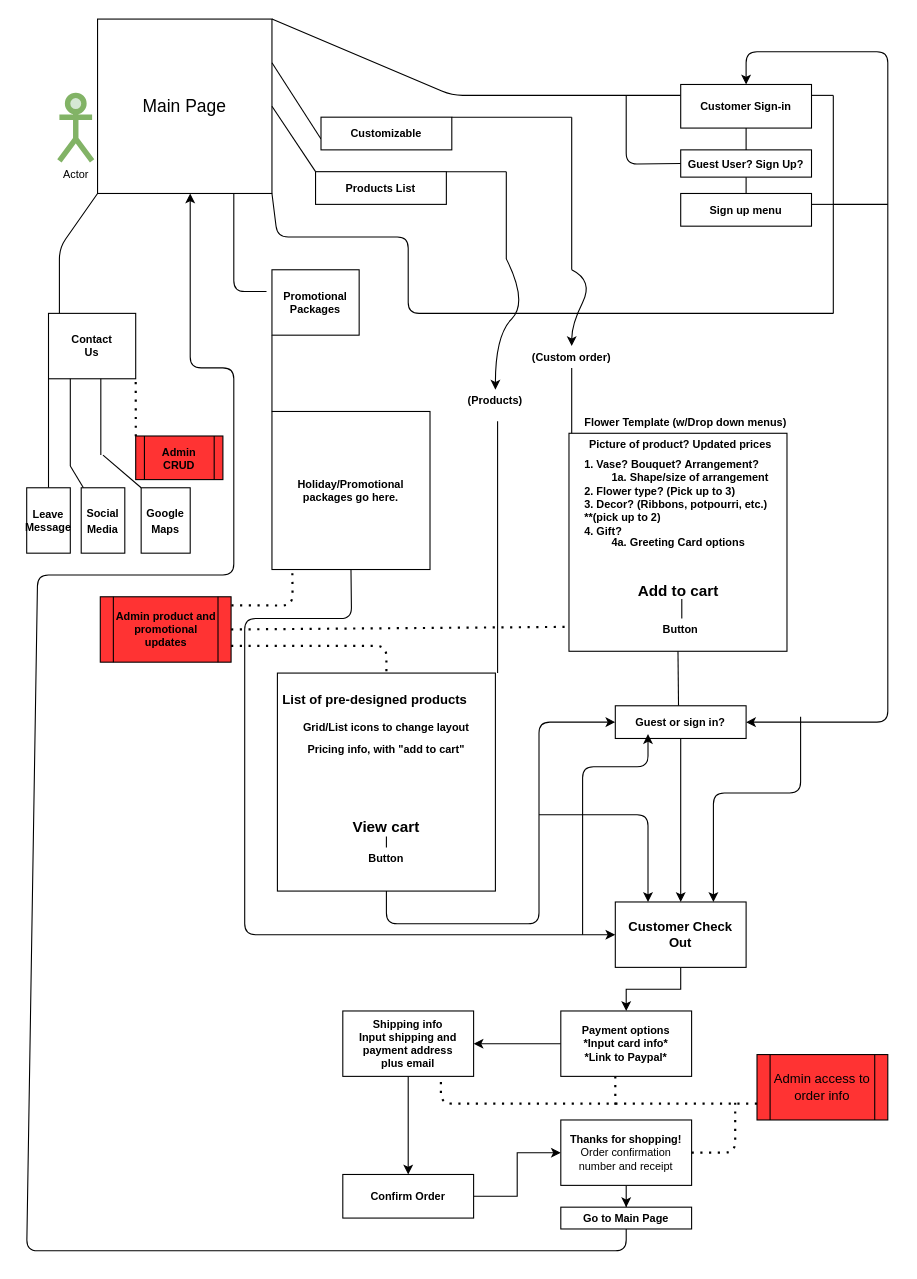
This is Flowershop.drawio from zinvergo93/flowershop, a draw.io file, before an edit. Source tidied: cells renumbered, new cells numbered last; positions are measured from the earlier drawing's top-left corner, leaving out a move shared by most shapes. Both pictures are drawn from the tidied source at 109%, with x=0, y=0 at pixel (26, 19).
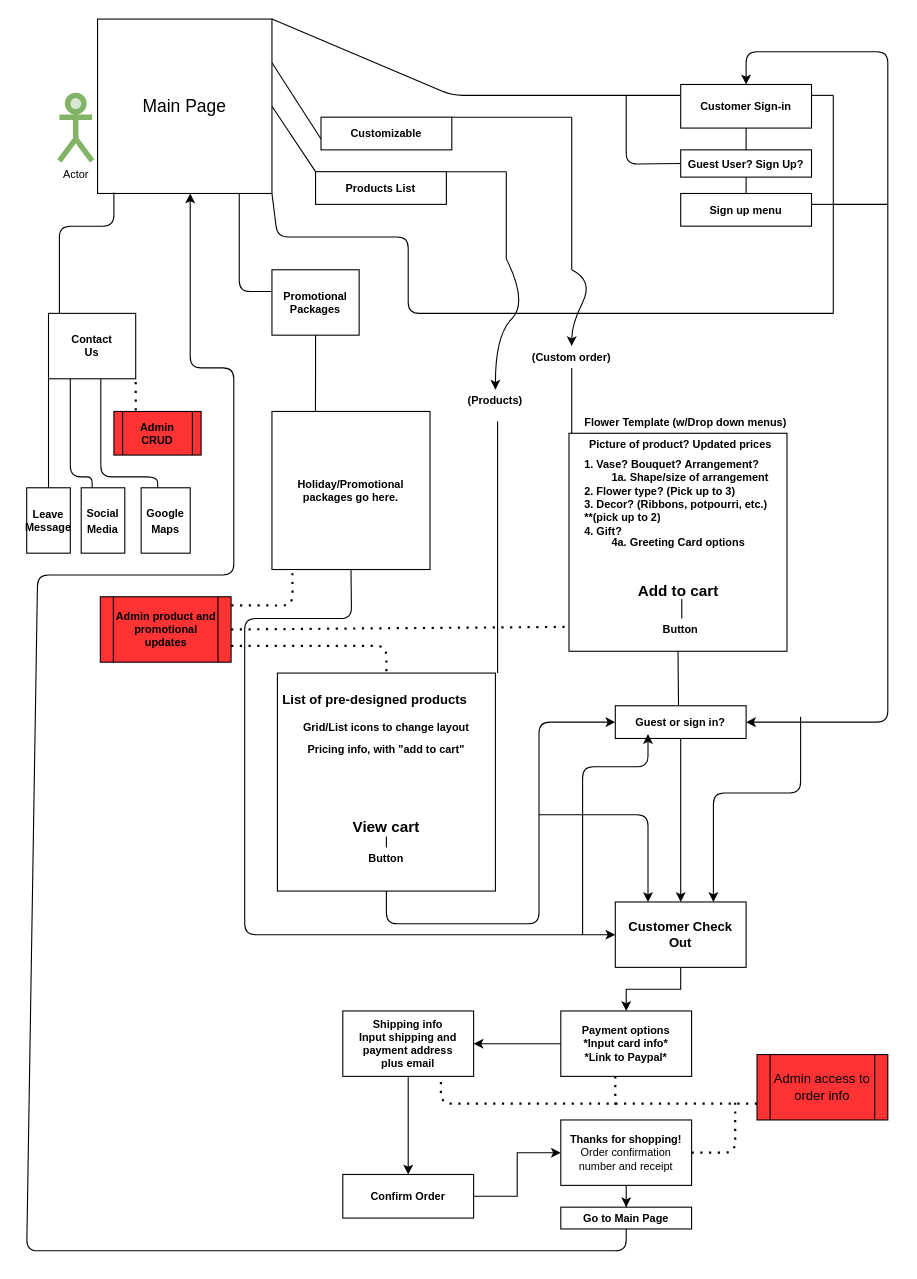
Above is the later version.

Commit message:
Full Flowershop sitemao

The change refers to these unchanged cells:
```xml
<mxCell id="2" value="&lt;br&gt;&lt;br&gt;&lt;br&gt;&lt;br&gt;&lt;br&gt;&lt;br&gt;&lt;br&gt;" style="whiteSpace=wrap;html=1;" parent="1" vertex="1">
  <mxGeometry x="65" width="160" height="160" as="geometry" />
</mxCell>
<mxCell id="10" style="rounded=0;whiteSpace=wrap;html=1;strokeWidth=1;fontFamily=Helvetica;fontSize=10;" parent="1" vertex="1">
  <mxGeometry x="20" y="270" width="80" height="60" as="geometry" />
</mxCell>
<mxCell id="12" value="&lt;b&gt;Promotional&lt;br&gt;Packages&lt;br&gt;&lt;/b&gt;" style="rounded=0;whiteSpace=wrap;html=1;strokeWidth=1;fontFamily=Helvetica;fontSize=10;" parent="1" vertex="1">
  <mxGeometry x="225" y="230" width="80" height="60" as="geometry" />
</mxCell>
<mxCell id="19" value="&lt;font size=&quot;1&quot;&gt;&lt;b&gt;Social Media&lt;/b&gt;&lt;/font&gt;" style="rounded=0;whiteSpace=wrap;html=1;" parent="1" vertex="1">
  <mxGeometry x="50" y="430" width="40" height="60" as="geometry" />
</mxCell>
<mxCell id="23" value="&lt;font size=&quot;1&quot;&gt;&lt;b&gt;Google&lt;br&gt;Maps&lt;br&gt;&lt;/b&gt;&lt;/font&gt;" style="rounded=0;whiteSpace=wrap;html=1;" parent="1" vertex="1">
  <mxGeometry x="105" y="430" width="45" height="60" as="geometry" />
</mxCell>
<mxCell id="38" value="&lt;b&gt;Holiday/Promotional packages go here.&lt;/b&gt;" style="whiteSpace=wrap;html=1;strokeWidth=1;fontFamily=Helvetica;fontSize=10;align=center;" parent="1" vertex="1">
  <mxGeometry x="225" y="360" width="145" height="145" as="geometry" />
</mxCell>
```

What changed in the source:
```diff
@@
-    <mxCell id="9" style="endArrow=none;html=1;fontFamily=Helvetica;fontSize=10;exitX=0;exitY=1;exitDx=0;exitDy=0;" parent="1" edge="1" source="2">
+    <mxCell id="9" style="endArrow=none;html=1;fontFamily=Helvetica;fontSize=10;" parent="1" edge="1">
       <mxGeometry relative="1" as="geometry">
+        <mxPoint x="80" y="159" as="sourcePoint" />
         <mxPoint x="30" y="270" as="targetPoint" />
         <Array as="points">
-          <mxPoint x="30" y="210" />
+          <mxPoint x="80" y="190" />
+          <mxPoint x="30" y="190" />
         </Array>
       </mxGeometry>
     </mxCell>
@@
-    <mxCell id="17" style="endArrow=none;html=1;fontFamily=Helvetica;fontSize=10;exitX=0.25;exitY=1;exitDx=0;exitDy=0;" parent="1" edge="1" source="10">
+    <mxCell id="17" style="endArrow=none;html=1;fontFamily=Helvetica;fontSize=10;exitX=0.25;exitY=1;exitDx=0;exitDy=0;entryX=0.25;entryY=0;entryDx=0;entryDy=0;" parent="1" edge="1" source="10" target="19">
       <mxGeometry relative="1" as="geometry">
-        <mxPoint x="40" y="410" as="targetPoint" />
+        <Array as="points">
+          <mxPoint x="40" y="420" />
+          <mxPoint x="60" y="420" />
+        </Array>
       </mxGeometry>
     </mxCell>
-    <mxCell id="18" style="endArrow=none;html=1;fontFamily=Helvetica;fontSize=10;" parent="1" edge="1" target="19">
-      <mxGeometry relative="1" as="geometry">
-        <mxPoint x="40" y="410" as="sourcePoint" />
-      </mxGeometry>
-    </mxCell>
@@
-    <mxCell id="21" style="endArrow=none;html=1;fontFamily=Helvetica;fontSize=10;" parent="1" edge="1">
+    <mxCell id="21" style="endArrow=none;html=1;fontFamily=Helvetica;fontSize=10;entryX=0.339;entryY=0.002;entryDx=0;entryDy=0;entryPerimeter=0;" parent="1" edge="1" target="23">
       <mxGeometry relative="1" as="geometry">
         <mxPoint x="68" y="330" as="sourcePoint" />
-        <mxPoint x="68" y="400" as="targetPoint" />
+        <Array as="points">
+          <mxPoint x="68" y="420" />
+          <mxPoint x="120" y="420" />
+        </Array>
       </mxGeometry>
     </mxCell>
-    <mxCell id="22" style="endArrow=none;html=1;fontFamily=Helvetica;fontSize=10;entryX=0;entryY=0;entryDx=0;entryDy=0;" parent="1" edge="1" target="23">
-      <mxGeometry relative="1" as="geometry">
-        <mxPoint x="70" y="400" as="sourcePoint" />
-      </mxGeometry>
-    </mxCell>
@@
-    <mxCell id="24" style="endArrow=none;html=1;fontFamily=Helvetica;fontSize=10;exitX=0;exitY=1;exitDx=0;exitDy=0;" parent="1" edge="1" source="12">
+    <mxCell id="24" style="endArrow=none;html=1;fontFamily=Helvetica;fontSize=10;exitX=0.5;exitY=1;exitDx=0;exitDy=0;entryX=0.275;entryY=0.005;entryDx=0;entryDy=0;entryPerimeter=0;" parent="1" edge="1" source="12" target="38">
       <mxGeometry relative="1" as="geometry">
-        <mxPoint x="225" y="360" as="targetPoint" />
+        <Array as="points">
+          <mxPoint x="265" y="330" />
+        </Array>
       </mxGeometry>
     </mxCell>
@@
     <mxCell id="55" style="endArrow=none;html=1;fontFamily=Helvetica;fontSize=10;" parent="1" edge="1">
       <mxGeometry relative="1" as="geometry">
-        <mxPoint x="220" y="250" as="sourcePoint" />
-        <mxPoint x="190" y="160" as="targetPoint" />
+        <mxPoint x="225" y="250" as="sourcePoint" />
+        <mxPoint x="195" y="160" as="targetPoint" />
         <Array as="points">
-          <mxPoint x="190" y="250" />
+          <mxPoint x="195" y="250" />
         </Array>
       </mxGeometry>
     </mxCell>
@@
     <mxCell id="75" value="&lt;b&gt;Admin CRUD&lt;/b&gt;" style="shape=process;whiteSpace=wrap;html=1;backgroundOutline=1;strokeWidth=1;fontFamily=Helvetica;fontSize=10;align=center;fillColor=#FF3333;" parent="1" vertex="1">
-      <mxGeometry x="100" y="382.5" width="80" height="40" as="geometry" />
+      <mxGeometry x="80" y="360" width="80" height="40" as="geometry" />
     </mxCell>
```
